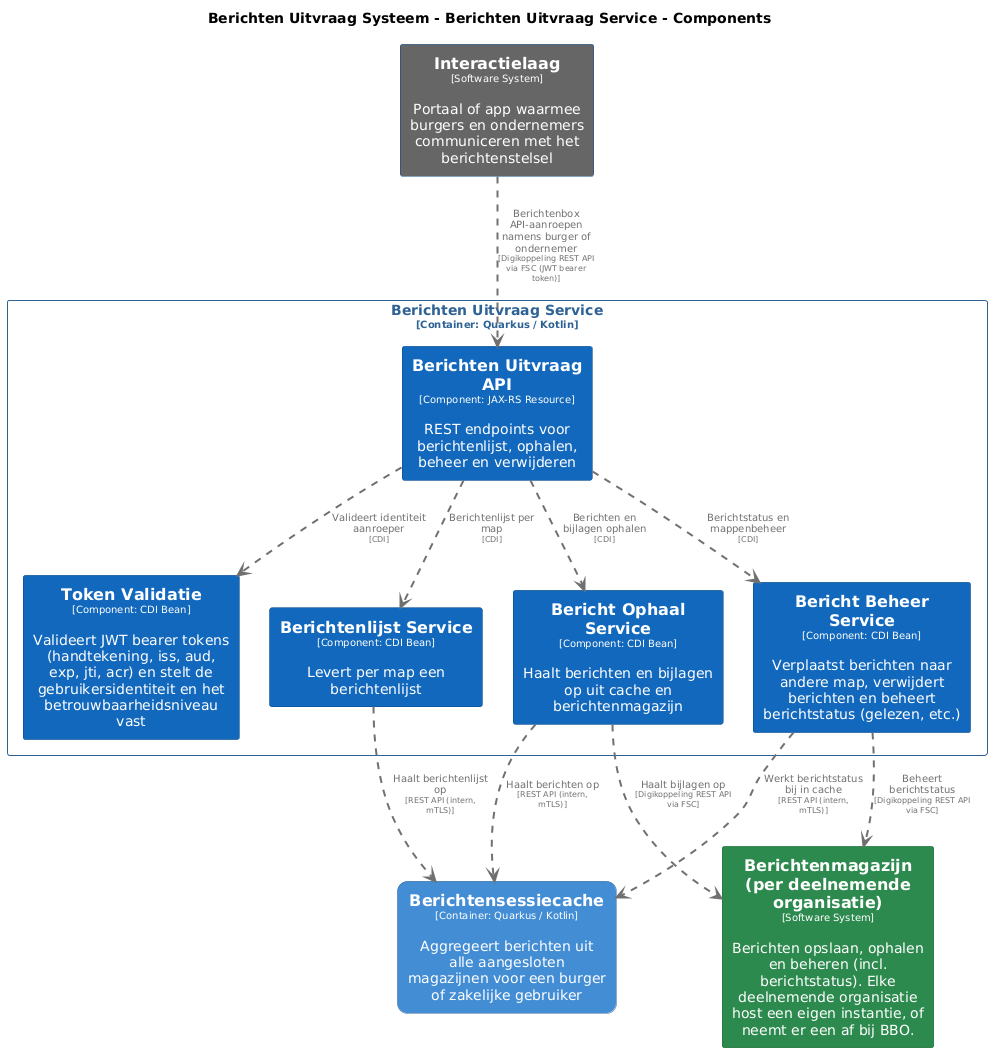
Above: pr-preview/pr-29/master/png/BerichtenUitvraagServiceComponenten.png in MinBZK/moza-poc-fbs-berichtenbox (PlantUML), before the change. Its diagram source:
```plantuml
@startuml
set separator none
title Berichten Uitvraag Systeem - Berichten Uitvraag Service - Components

top to bottom direction
skinparam ranksep 60
skinparam nodesep 30

skinparam {
  arrowFontSize 10
  defaultTextAlignment center
  wrapWidth 200
  maxMessageSize 100
}

hide stereotype

skinparam rectangle<<BerichtenUitvraagSysteem.BerichtenUitvraagService.BerichtBeheerService>> {
  BackgroundColor #1168bd
  FontColor #ffffff
  BorderColor #0b4884
  shadowing false
}
skinparam rectangle<<BerichtenUitvraagSysteem.BerichtenUitvraagService.BerichtOphaalService>> {
  BackgroundColor #1168bd
  FontColor #ffffff
  BorderColor #0b4884
  shadowing false
}
skinparam rectangle<<BerichtenUitvraagSysteem.BerichtenUitvraagService.BerichtenUitvraagAPI>> {
  BackgroundColor #1168bd
  FontColor #ffffff
  BorderColor #0b4884
  shadowing false
}
skinparam rectangle<<BerichtenUitvraagSysteem.BerichtenUitvraagService.BerichtenlijstService>> {
  BackgroundColor #1168bd
  FontColor #ffffff
  BorderColor #0b4884
  shadowing false
}
skinparam rectangle<<Berichtenmagazijnperdeelnemendeorganisatie>> {
  BackgroundColor #2d8a4e
  FontColor #ffffff
  BorderColor #1e6b38
  shadowing false
}
skinparam rectangle<<BerichtenUitvraagSysteem.Berichtensessiecache>> {
  BackgroundColor #438dd5
  FontColor #ffffff
  BorderColor #2e6295
  roundCorner 20
  shadowing false
}
skinparam rectangle<<Interactielaag>> {
  BackgroundColor #666666
  FontColor #ffffff
  BorderColor #0b4884
  shadowing false
}
skinparam rectangle<<BerichtenUitvraagSysteem.BerichtenUitvraagService.TokenValidatie>> {
  BackgroundColor #1168bd
  FontColor #ffffff
  BorderColor #0b4884
  shadowing false
}
skinparam rectangle<<BerichtenUitvraagSysteem.BerichtenUitvraagService>> {
  BorderColor #2e6295
  FontColor #2e6295
  shadowing false
}

rectangle "==Interactielaag\n<size:10>[Software System]</size>\n\nPortaal of app waarmee burgers en ondernemers communiceren met het berichtenstelsel" <<Interactielaag>> as Interactielaag
rectangle "==Berichtenmagazijn (per deelnemende organisatie)\n<size:10>[Software System]</size>\n\nBerichten opslaan, ophalen en beheren (incl. berichtstatus). Elke deelnemende organisatie host een eigen instantie, of neemt er een af bij BBO." <<Berichtenmagazijnperdeelnemendeorganisatie>> as Berichtenmagazijnperdeelnemendeorganisatie
rectangle "==Berichtensessiecache\n<size:10>[Container: Quarkus / Kotlin]</size>\n\nAggregeert berichten uit alle aangesloten magazijnen voor een burger of zakelijke gebruiker" <<BerichtenUitvraagSysteem.Berichtensessiecache>> as BerichtenUitvraagSysteem.Berichtensessiecache

rectangle "Berichten Uitvraag Service\n<size:10>[Container: Quarkus / Kotlin]</size>" <<BerichtenUitvraagSysteem.BerichtenUitvraagService>> {
  rectangle "==Berichten Uitvraag API\n<size:10>[Component: JAX-RS Resource]</size>\n\nREST endpoints voor berichtenlijst, ophalen, beheer en verwijderen" <<BerichtenUitvraagSysteem.BerichtenUitvraagService.BerichtenUitvraagAPI>> as BerichtenUitvraagSysteem.BerichtenUitvraagService.BerichtenUitvraagAPI
  rectangle "==Token Validatie\n<size:10>[Component: CDI Bean]</size>\n\nValideert JWT bearer tokens (handtekening, iss, aud, exp, jti, acr) en stelt de gebruikersidentiteit en het betrouwbaarheidsniveau vast" <<BerichtenUitvraagSysteem.BerichtenUitvraagService.TokenValidatie>> as BerichtenUitvraagSysteem.BerichtenUitvraagService.TokenValidatie
  rectangle "==Berichtenlijst Service\n<size:10>[Component: CDI Bean]</size>\n\nLevert per map een berichtenlijst" <<BerichtenUitvraagSysteem.BerichtenUitvraagService.BerichtenlijstService>> as BerichtenUitvraagSysteem.BerichtenUitvraagService.BerichtenlijstService
  rectangle "==Bericht Ophaal Service\n<size:10>[Component: CDI Bean]</size>\n\nHaalt berichten en bijlagen op uit cache en berichtenmagazijn" <<BerichtenUitvraagSysteem.BerichtenUitvraagService.BerichtOphaalService>> as BerichtenUitvraagSysteem.BerichtenUitvraagService.BerichtOphaalService
  rectangle "==Bericht Beheer Service\n<size:10>[Component: CDI Bean]</size>\n\nVerplaatst berichten naar andere map, verwijdert berichten en beheert berichtstatus (gelezen, etc.)" <<BerichtenUitvraagSysteem.BerichtenUitvraagService.BerichtBeheerService>> as BerichtenUitvraagSysteem.BerichtenUitvraagService.BerichtBeheerService
}

BerichtenUitvraagSysteem.BerichtenUitvraagService.BerichtenUitvraagAPI .[#707070,thickness=2].> BerichtenUitvraagSysteem.BerichtenUitvraagService.TokenValidatie : "<color:#707070>Valideert identiteit aanroeper\n<color:#707070><size:8>[CDI]</size>"
BerichtenUitvraagSysteem.BerichtenUitvraagService.BerichtenUitvraagAPI .[#707070,thickness=2].> BerichtenUitvraagSysteem.BerichtenUitvraagService.BerichtenlijstService : "<color:#707070>Berichtenlijst per map\n<color:#707070><size:8>[CDI]</size>"
BerichtenUitvraagSysteem.BerichtenUitvraagService.BerichtenUitvraagAPI .[#707070,thickness=2].> BerichtenUitvraagSysteem.BerichtenUitvraagService.BerichtOphaalService : "<color:#707070>Berichten en bijlagen ophalen\n<color:#707070><size:8>[CDI]</size>"
BerichtenUitvraagSysteem.BerichtenUitvraagService.BerichtenUitvraagAPI .[#707070,thickness=2].> BerichtenUitvraagSysteem.BerichtenUitvraagService.BerichtBeheerService : "<color:#707070>Berichtstatus en mappenbeheer\n<color:#707070><size:8>[CDI]</size>"
BerichtenUitvraagSysteem.BerichtenUitvraagService.BerichtOphaalService .[#707070,thickness=2].> BerichtenUitvraagSysteem.Berichtensessiecache : "<color:#707070>Haalt berichten op\n<color:#707070><size:8>[REST API (intern, mTLS)]</size>"
BerichtenUitvraagSysteem.BerichtenUitvraagService.BerichtenlijstService .[#707070,thickness=2].> BerichtenUitvraagSysteem.Berichtensessiecache : "<color:#707070>Haalt berichtenlijst op\n<color:#707070><size:8>[REST API (intern, mTLS)]</size>"
BerichtenUitvraagSysteem.BerichtenUitvraagService.BerichtBeheerService .[#707070,thickness=2].> BerichtenUitvraagSysteem.Berichtensessiecache : "<color:#707070>Werkt berichtstatus bij in cache\n<color:#707070><size:8>[REST API (intern, mTLS)]</size>"
Interactielaag .[#707070,thickness=2].> BerichtenUitvraagSysteem.BerichtenUitvraagService.BerichtenUitvraagAPI : "<color:#707070>Berichtenbox API-aanroepen namens burger of ondernemer\n<color:#707070><size:8>[Digikoppeling REST API via FSC (JWT bearer token)]</size>"
BerichtenUitvraagSysteem.BerichtenUitvraagService.BerichtOphaalService .[#707070,thickness=2].> Berichtenmagazijnperdeelnemendeorganisatie : "<color:#707070>Haalt bijlagen op\n<color:#707070><size:8>[Digikoppeling REST API via FSC]</size>"
BerichtenUitvraagSysteem.BerichtenUitvraagService.BerichtBeheerService .[#707070,thickness=2].> Berichtenmagazijnperdeelnemendeorganisatie : "<color:#707070>Beheert berichtstatus\n<color:#707070><size:8>[Digikoppeling REST API via FSC]</size>"
@enduml
```
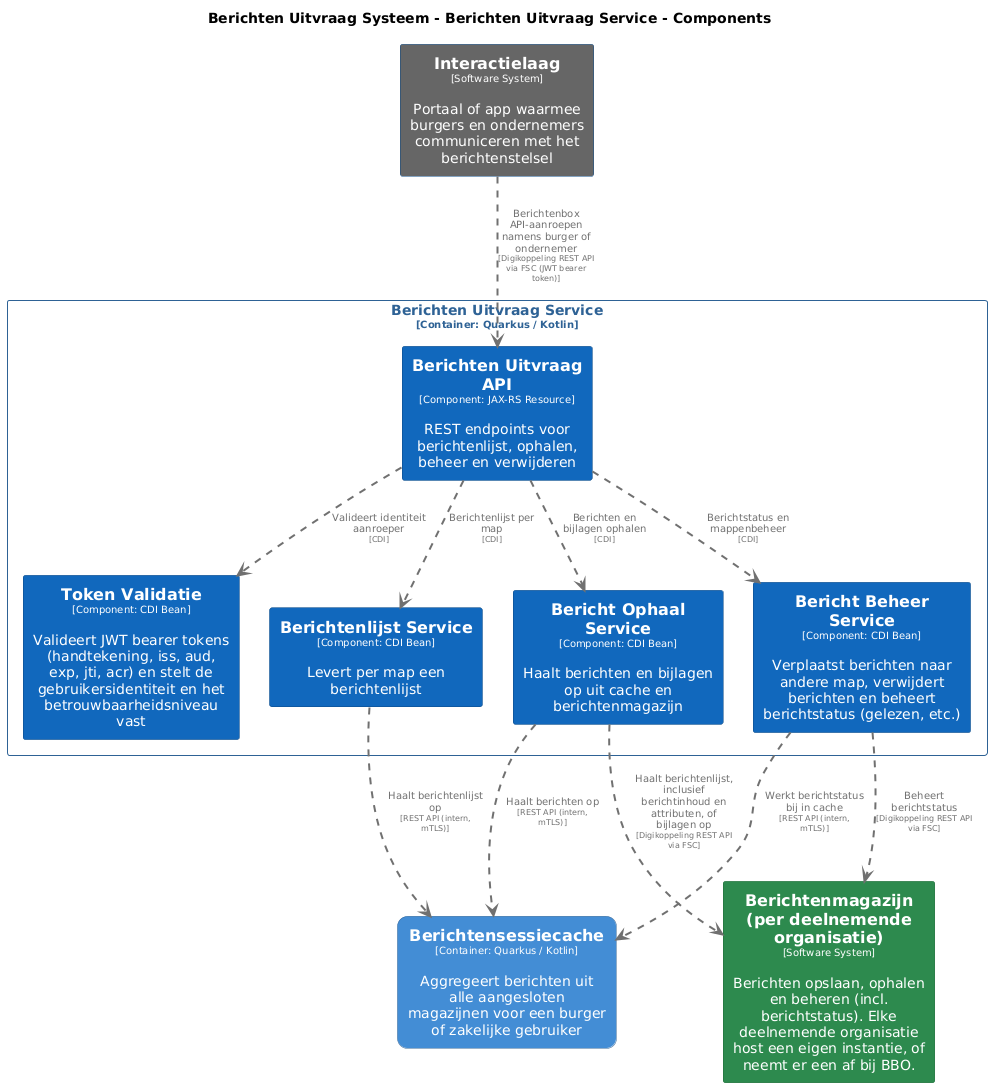
Later version of the same file.

Diff of the diagram source:
```diff
@@ -90,6 +90,6 @@
 BerichtenUitvraagSysteem.BerichtenUitvraagService.BerichtenlijstService .[#707070,thickness=2].> BerichtenUitvraagSysteem.Berichtensessiecache : "<color:#707070>Haalt berichtenlijst op\n<color:#707070><size:8>[REST API (intern, mTLS)]</size>"
 BerichtenUitvraagSysteem.BerichtenUitvraagService.BerichtBeheerService .[#707070,thickness=2].> BerichtenUitvraagSysteem.Berichtensessiecache : "<color:#707070>Werkt berichtstatus bij in cache\n<color:#707070><size:8>[REST API (intern, mTLS)]</size>"
 Interactielaag .[#707070,thickness=2].> BerichtenUitvraagSysteem.BerichtenUitvraagService.BerichtenUitvraagAPI : "<color:#707070>Berichtenbox API-aanroepen namens burger of ondernemer\n<color:#707070><size:8>[Digikoppeling REST API via FSC (JWT bearer token)]</size>"
-BerichtenUitvraagSysteem.BerichtenUitvraagService.BerichtOphaalService .[#707070,thickness=2].> Berichtenmagazijnperdeelnemendeorganisatie : "<color:#707070>Haalt bijlagen op\n<color:#707070><size:8>[Digikoppeling REST API via FSC]</size>"
+BerichtenUitvraagSysteem.BerichtenUitvraagService.BerichtOphaalService .[#707070,thickness=2].> Berichtenmagazijnperdeelnemendeorganisatie : "<color:#707070>Haalt berichtenlijst, inclusief berichtinhoud en attributen, of bijlagen op\n<color:#707070><size:8>[Digikoppeling REST API via FSC]</size>"
 BerichtenUitvraagSysteem.BerichtenUitvraagService.BerichtBeheerService .[#707070,thickness=2].> Berichtenmagazijnperdeelnemendeorganisatie : "<color:#707070>Beheert berichtstatus\n<color:#707070><size:8>[Digikoppeling REST API via FSC]</size>"
 @enduml
```
